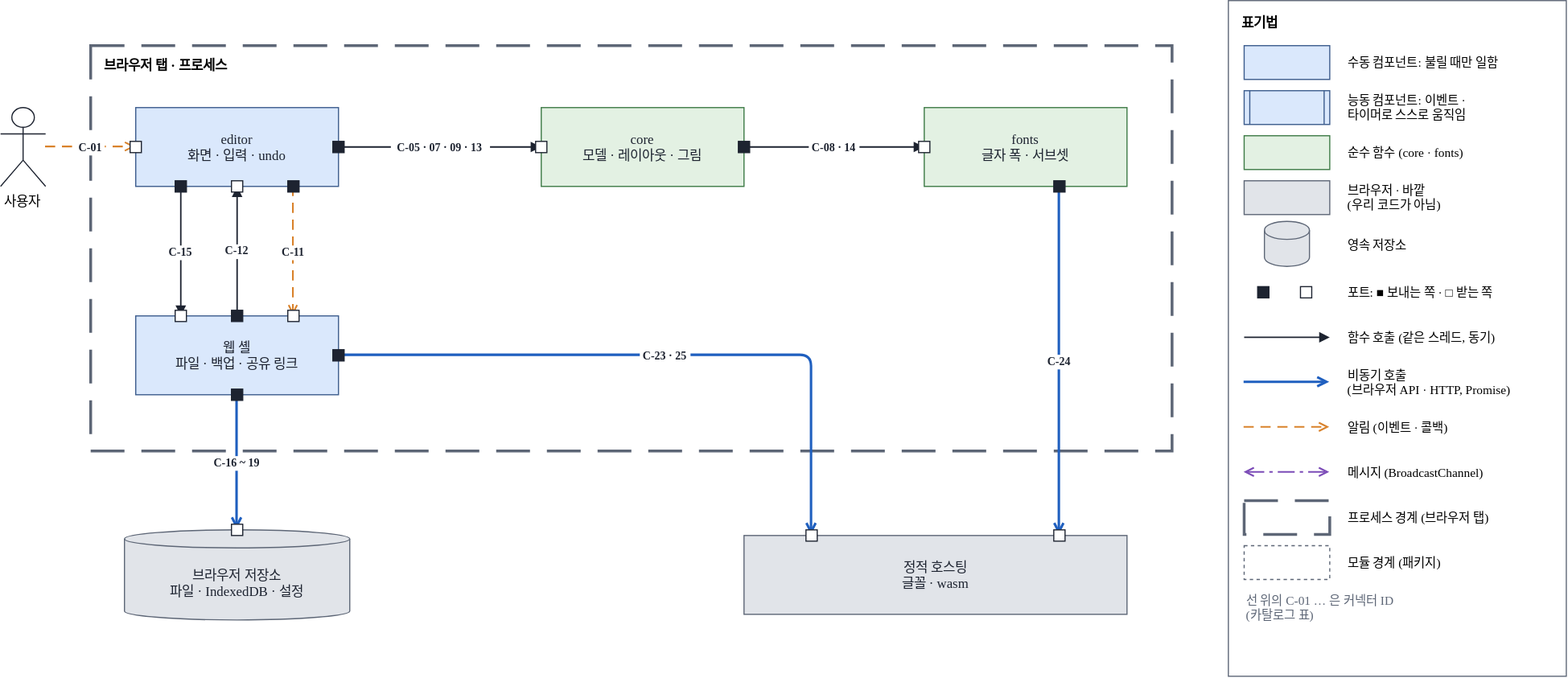
Above: docs/03-architecture/assets/cc-view-web-overview.drawio.svg in reddiana/AriadneNSD (draw.io), before the change. Source tidied: cells renumbered, new cells last; positions are measured from the earlier drawing's top-left corner, leaving out a move shared by most shapes.
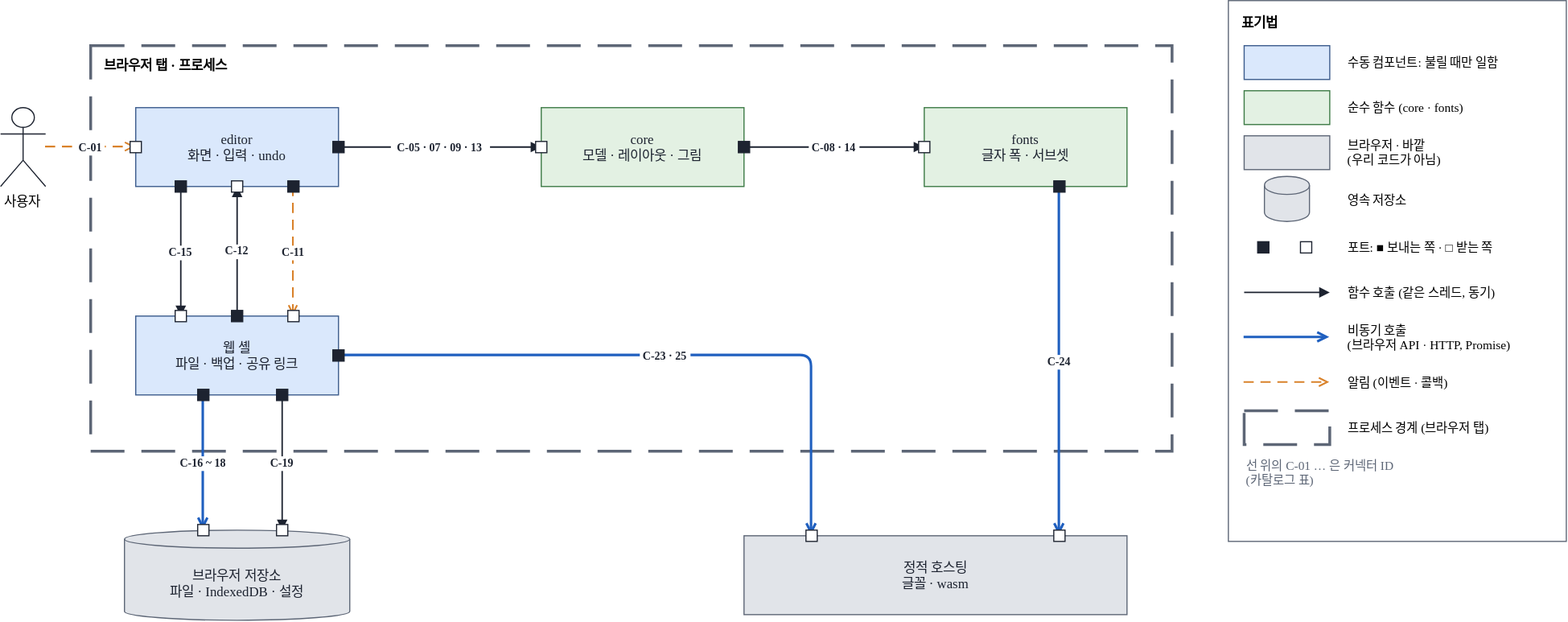
The same diagram one commit later.

Diff of the diagram source:
```diff
@@ -62,12 +62,18 @@
         <mxPoint x="260" y="280" as="targetPoint" />
       </mxGeometry>
     </mxCell>
-    <mxCell id="16" value="C-16 ~ 19" style="endArrow=open;endFill=0;strokeColor=#1f5fbf;strokeWidth=2.2;rounded=1;arcSize=20;html=0;fontSize=10;fontStyle=1;labelBackgroundColor=#ffffff;fontColor=#1d2330;fontFamily=Malgun Gothic;" parent="1" edge="1">
-      <mxGeometry relative="1" as="geometry">
-        <mxPoint x="210" y="350" as="sourcePoint" />
-        <mxPoint x="210" y="470" as="targetPoint" />
-      </mxGeometry>
-    </mxCell>
+    <mxCell id="63" value="C-16 ~ 18" style="endArrow=open;endFill=0;strokeColor=#1f5fbf;strokeWidth=2.2;rounded=1;arcSize=20;html=0;fontSize=10;fontStyle=1;labelBackgroundColor=#ffffff;fontColor=#1d2330;fontFamily=Malgun Gothic;" parent="1" edge="1">
+      <mxGeometry relative="1" as="geometry">
+        <mxPoint x="180" y="350" as="sourcePoint" />
+        <mxPoint x="180" y="470" as="targetPoint" />
+      </mxGeometry>
+    </mxCell>
+    <mxCell id="64" value="C-19" style="endArrow=block;endFill=1;strokeColor=#1d2330;strokeWidth=1.3;rounded=1;arcSize=20;html=0;fontSize=10;fontStyle=1;labelBackgroundColor=#ffffff;fontColor=#1d2330;fontFamily=Malgun Gothic;" parent="1" edge="1">
+      <mxGeometry relative="1" as="geometry">
+        <mxPoint x="250" y="350" as="sourcePoint" />
+        <mxPoint x="250" y="470" as="targetPoint" />
+      </mxGeometry>
+    </mxCell>
     <mxCell id="17" value="C-23 · 25" style="endArrow=open;endFill=0;strokeColor=#1f5fbf;strokeWidth=2.2;rounded=1;arcSize=20;html=0;fontSize=10;fontStyle=1;labelBackgroundColor=#ffffff;fontColor=#1d2330;fontFamily=Malgun Gothic;" parent="1" edge="1">
       <mxGeometry relative="1" as="geometry">
         <mxPoint x="300" y="315" as="sourcePoint" />
@@ -116,12 +122,18 @@
     <mxCell id="29" style="rounded=0;strokeColor=#1d2330;fillColor=#ffffff;" parent="1" vertex="1">
       <mxGeometry x="255" y="275" width="10" height="10" as="geometry" />
     </mxCell>
-    <mxCell id="30" style="rounded=0;strokeColor=#1d2330;fillColor=#1d2330;" parent="1" vertex="1">
-      <mxGeometry x="205" y="345" width="10" height="10" as="geometry" />
-    </mxCell>
-    <mxCell id="31" style="rounded=0;strokeColor=#1d2330;fillColor=#ffffff;" parent="1" vertex="1">
-      <mxGeometry x="205" y="465" width="10" height="10" as="geometry" />
-    </mxCell>
+    <mxCell id="65" style="rounded=0;strokeColor=#1d2330;fillColor=#1d2330;" parent="1" vertex="1">
+      <mxGeometry x="175" y="345" width="10" height="10" as="geometry" />
+    </mxCell>
+    <mxCell id="66" style="rounded=0;strokeColor=#1d2330;fillColor=#ffffff;" parent="1" vertex="1">
+      <mxGeometry x="175" y="465" width="10" height="10" as="geometry" />
+    </mxCell>
+    <mxCell id="67" style="rounded=0;strokeColor=#1d2330;fillColor=#1d2330;" parent="1" vertex="1">
+      <mxGeometry x="245" y="345" width="10" height="10" as="geometry" />
+    </mxCell>
+    <mxCell id="68" style="rounded=0;strokeColor=#1d2330;fillColor=#ffffff;" parent="1" vertex="1">
+      <mxGeometry x="245" y="465" width="10" height="10" as="geometry" />
+    </mxCell>
     <mxCell id="32" style="rounded=0;strokeColor=#1d2330;fillColor=#1d2330;" parent="1" vertex="1">
       <mxGeometry x="295" y="310" width="10" height="10" as="geometry" />
     </mxCell>
@@ -135,7 +147,7 @@
       <mxGeometry x="935" y="470" width="10" height="10" as="geometry" />
     </mxCell>
     <mxCell id="36" value="표기법" style="rounded=0;fillColor=#ffffff;strokeColor=#5d6676;verticalAlign=top;align=left;spacingLeft=10;spacingTop=6;fontStyle=1;fontFamily=Malgun Gothic;fontSize=12;" parent="1" vertex="1">
-      <mxGeometry x="1090" width="300" height="600" as="geometry" />
+      <mxGeometry x="1090" width="300" height="480" as="geometry" />
     </mxCell>
     <mxCell id="37" style="rounded=0;html=0;fillColor=#dae8fc;strokeColor=#3b5b8c;fontColor=#1d2330;" parent="1" vertex="1">
       <mxGeometry x="1104" y="40" width="76" height="30" as="geometry" />
@@ -143,89 +155,68 @@
     <mxCell id="38" value="수동 컴포넌트: 불릴 때만 일함" style="text;html=0;align=left;verticalAlign=middle;fontFamily=Malgun Gothic;fontSize=12;fontSize=11;" parent="1" vertex="1">
       <mxGeometry x="1194" y="40" width="186" height="30" as="geometry" />
     </mxCell>
-    <mxCell id="39" style="shape=process;size=0.07;rounded=0;html=0;fillColor=#dae8fc;strokeColor=#3b5b8c;fontColor=#1d2330;" parent="1" vertex="1">
-      <mxGeometry x="1104" y="80" width="76" height="30" as="geometry" />
-    </mxCell>
-    <mxCell id="40" value="능동 컴포넌트: 이벤트 ·&#10;타이머로 스스로 움직임" style="text;html=0;align=left;verticalAlign=middle;fontFamily=Malgun Gothic;fontSize=12;fontSize=11;" parent="1" vertex="1">
-      <mxGeometry x="1194" y="80" width="186" height="30" as="geometry" />
-    </mxCell>
     <mxCell id="41" style="rounded=0;html=0;fillColor=#e3f1e3;strokeColor=#3c7a45;fontColor=#1d2330;" parent="1" vertex="1">
-      <mxGeometry x="1104" y="120" width="76" height="30" as="geometry" />
+      <mxGeometry x="1104" y="80" width="76" height="30" as="geometry" />
     </mxCell>
     <mxCell id="42" value="순수 함수 (core · fonts)" style="text;html=0;align=left;verticalAlign=middle;fontFamily=Malgun Gothic;fontSize=12;fontSize=11;" parent="1" vertex="1">
-      <mxGeometry x="1194" y="120" width="186" height="30" as="geometry" />
+      <mxGeometry x="1194" y="80" width="186" height="30" as="geometry" />
     </mxCell>
     <mxCell id="43" style="rounded=0;html=0;fillColor=#e1e4e9;strokeColor=#5d6676;fontColor=#1d2330;" parent="1" vertex="1">
-      <mxGeometry x="1104" y="160" width="76" height="30" as="geometry" />
+      <mxGeometry x="1104" y="120" width="76" height="30" as="geometry" />
     </mxCell>
     <mxCell id="44" value="브라우저 · 바깥&#10;(우리 코드가 아님)" style="text;html=0;align=left;verticalAlign=middle;fontFamily=Malgun Gothic;fontSize=12;fontSize=11;" parent="1" vertex="1">
-      <mxGeometry x="1194" y="160" width="186" height="30" as="geometry" />
+      <mxGeometry x="1194" y="120" width="186" height="30" as="geometry" />
     </mxCell>
     <mxCell id="45" style="shape=cylinder3;boundedLbl=1;size=8;html=0;fillColor=#e1e4e9;strokeColor=#5d6676;fontColor=#1d2330;" parent="1" vertex="1">
-      <mxGeometry x="1122" y="196" width="40" height="40" as="geometry" />
+      <mxGeometry x="1122" y="156" width="40" height="40" as="geometry" />
     </mxCell>
     <mxCell id="46" value="영속 저장소" style="text;html=0;align=left;verticalAlign=middle;fontFamily=Malgun Gothic;fontSize=12;fontSize=11;" parent="1" vertex="1">
-      <mxGeometry x="1194" y="200" width="186" height="34" as="geometry" />
+      <mxGeometry x="1194" y="160" width="186" height="34" as="geometry" />
     </mxCell>
     <mxCell id="47" style="rounded=0;strokeColor=#1d2330;fillColor=#1d2330;" parent="1" vertex="1">
-      <mxGeometry x="1116" y="254" width="10" height="10" as="geometry" />
+      <mxGeometry x="1116" y="214" width="10" height="10" as="geometry" />
     </mxCell>
     <mxCell id="48" style="rounded=0;strokeColor=#1d2330;fillColor=#ffffff;" parent="1" vertex="1">
-      <mxGeometry x="1154" y="254" width="10" height="10" as="geometry" />
+      <mxGeometry x="1154" y="214" width="10" height="10" as="geometry" />
     </mxCell>
     <mxCell id="49" value="포트: ■ 보내는 쪽 · □ 받는 쪽" style="text;html=0;align=left;verticalAlign=middle;fontFamily=Malgun Gothic;fontSize=12;fontSize=11;" parent="1" vertex="1">
-      <mxGeometry x="1194" y="244" width="186" height="30" as="geometry" />
+      <mxGeometry x="1194" y="204" width="186" height="30" as="geometry" />
     </mxCell>
     <mxCell id="50" value="함수 호출 (같은 스레드, 동기)" style="text;html=0;align=left;verticalAlign=middle;fontFamily=Malgun Gothic;fontSize=12;fontSize=11;" parent="1" vertex="1">
-      <mxGeometry x="1194" y="284" width="186" height="30" as="geometry" />
+      <mxGeometry x="1194" y="244" width="186" height="30" as="geometry" />
     </mxCell>
     <mxCell id="51" value="비동기 호출&#10;(브라우저 API · HTTP, Promise)" style="text;html=0;align=left;verticalAlign=middle;fontFamily=Malgun Gothic;fontSize=12;fontSize=11;" parent="1" vertex="1">
-      <mxGeometry x="1194" y="324" width="186" height="30" as="geometry" />
+      <mxGeometry x="1194" y="284" width="186" height="30" as="geometry" />
     </mxCell>
     <mxCell id="52" value="알림 (이벤트 · 콜백)" style="text;html=0;align=left;verticalAlign=middle;fontFamily=Malgun Gothic;fontSize=12;fontSize=11;" parent="1" vertex="1">
-      <mxGeometry x="1194" y="364" width="186" height="30" as="geometry" />
+      <mxGeometry x="1194" y="324" width="186" height="30" as="geometry" />
     </mxCell>
-    <mxCell id="53" value="메시지 (BroadcastChannel)" style="text;html=0;align=left;verticalAlign=middle;fontFamily=Malgun Gothic;fontSize=12;fontSize=11;" parent="1" vertex="1">
-      <mxGeometry x="1194" y="404" width="186" height="30" as="geometry" />
-    </mxCell>
     <mxCell id="54" style="rounded=0;fillColor=none;dashed=1;dashPattern=12 6;strokeWidth=2.5;strokeColor=#5d6676;" parent="1" vertex="1">
-      <mxGeometry x="1104" y="444" width="76" height="30" as="geometry" />
+      <mxGeometry x="1104" y="364" width="76" height="30" as="geometry" />
     </mxCell>
     <mxCell id="55" value="프로세스 경계 (브라우저 탭)" style="text;html=0;align=left;verticalAlign=middle;fontFamily=Malgun Gothic;fontSize=12;fontSize=11;" parent="1" vertex="1">
-      <mxGeometry x="1194" y="444" width="186" height="30" as="geometry" />
+      <mxGeometry x="1194" y="364" width="186" height="30" as="geometry" />
     </mxCell>
-    <mxCell id="56" style="rounded=0;fillColor=none;dashed=1;dashPattern=3 3;strokeColor=#5d6676;" parent="1" vertex="1">
-      <mxGeometry x="1104" y="484" width="76" height="30" as="geometry" />
-    </mxCell>
-    <mxCell id="57" value="모듈 경계 (패키지)" style="text;html=0;align=left;verticalAlign=middle;fontFamily=Malgun Gothic;fontSize=12;fontSize=11;" parent="1" vertex="1">
-      <mxGeometry x="1194" y="484" width="186" height="30" as="geometry" />
-    </mxCell>
     <mxCell id="58" value="선 위의 C-01 … 은 커넥터 ID&#10;(카탈로그 표)" style="text;html=0;align=left;verticalAlign=middle;fontFamily=Malgun Gothic;fontSize=12;fontSize=11;fontColor=#5d6676;" parent="1" vertex="1">
-      <mxGeometry x="1104" y="524" width="276" height="30" as="geometry" />
+      <mxGeometry x="1104" y="404" width="276" height="30" as="geometry" />
     </mxCell>
     <mxCell id="59" style="endArrow=block;endFill=1;strokeColor=#1d2330;strokeWidth=1.3;html=0;" parent="1" edge="1">
       <mxGeometry relative="1" as="geometry">
-        <mxPoint x="1104" y="299" as="sourcePoint" />
-        <mxPoint x="1180" y="299" as="targetPoint" />
+        <mxPoint x="1104" y="259" as="sourcePoint" />
+        <mxPoint x="1180" y="259" as="targetPoint" />
       </mxGeometry>
     </mxCell>
     <mxCell id="60" style="endArrow=open;endFill=0;strokeColor=#1f5fbf;strokeWidth=2.2;html=0;" parent="1" edge="1">
       <mxGeometry relative="1" as="geometry">
-        <mxPoint x="1104" y="339" as="sourcePoint" />
-        <mxPoint x="1180" y="339" as="targetPoint" />
+        <mxPoint x="1104" y="299" as="sourcePoint" />
+        <mxPoint x="1180" y="299" as="targetPoint" />
       </mxGeometry>
     </mxCell>
     <mxCell id="61" style="endArrow=open;endFill=0;strokeColor=#d9822b;strokeWidth=1.5;dashed=1;dashPattern=6 4;html=0;" parent="1" edge="1">
       <mxGeometry relative="1" as="geometry">
-        <mxPoint x="1104" y="379" as="sourcePoint" />
-        <mxPoint x="1180" y="379" as="targetPoint" />
+        <mxPoint x="1104" y="339" as="sourcePoint" />
+        <mxPoint x="1180" y="339" as="targetPoint" />
       </mxGeometry>
     </mxCell>
-    <mxCell id="62" style="startArrow=open;startFill=0;endArrow=open;endFill=0;strokeColor=#7b4bb7;strokeWidth=1.5;dashed=1;dashPattern=10 3 2 3;html=0;" parent="1" edge="1">
-      <mxGeometry relative="1" as="geometry">
-        <mxPoint x="1104" y="419" as="sourcePoint" />
-        <mxPoint x="1180" y="419" as="targetPoint" />
-      </mxGeometry>
-    </mxCell>
   </root>
 </mxGraphModel>
```
